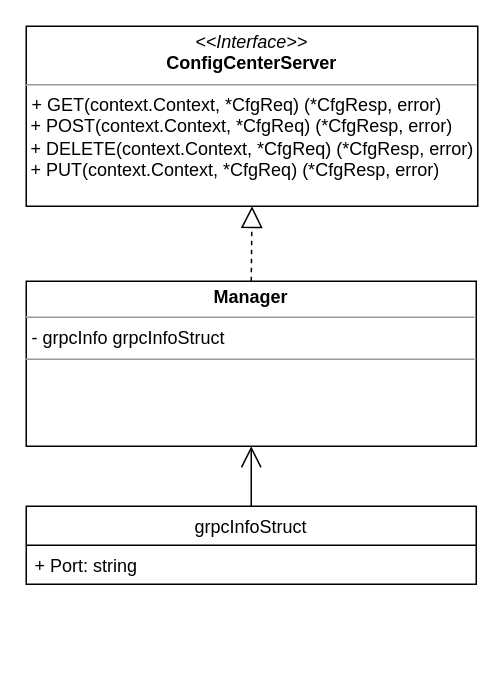
Before: page "处理模块" (2 of 18) of docs/details/drawiofiles/概设原始图.drawio in dalgorithm-bastar/configer, a draw.io diagram. Source tidied: cells renumbered, new cells numbered last; positions are measured from the earlier drawing's top-left corner, leaving out a move shared by most shapes. Both pictures are drawn from the tidied source at 150%, with x=0, y=0 at pixel (26, 26).
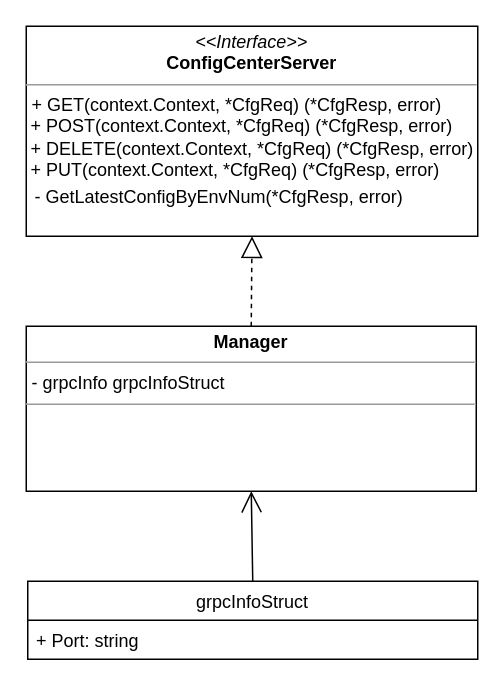
After the change.

Change to the diagram source:
```diff
@@
 <mxGraphModel>
   <root>
     <mxCell id="0" />
     <mxCell id="1" parent="0" />
     <mxCell id="2" value="&lt;p style=&quot;margin: 0px ; margin-top: 4px ; text-align: center&quot;&gt;&lt;i&gt;&amp;lt;&amp;lt;Interface&amp;gt;&amp;gt;&lt;/i&gt;&lt;br&gt;&lt;b&gt;ConfigCenterServer&lt;/b&gt;&lt;/p&gt;&lt;hr size=&quot;1&quot;&gt;&lt;p style=&quot;margin: 0px ; margin-left: 4px&quot;&gt;&lt;span style=&quot;background-color: rgb(255 , 255 , 255)&quot;&gt;+ GET(context.Context, *CfgReq) (*CfgResp, error)&lt;/span&gt;&lt;br&gt;&lt;/p&gt;&amp;nbsp;+ POS&lt;span style=&quot;background-color: rgb(255 , 255 , 255)&quot;&gt;T(context.Context, *CfgReq) (*CfgResp, error)&lt;/span&gt;&lt;br&gt;&amp;nbsp;+&amp;nbsp;&lt;span style=&quot;background-color: rgb(255 , 255 , 255)&quot;&gt;DELETE(context.Context, *CfgReq) (*CfgResp, error)&lt;/span&gt;&lt;br&gt;&amp;nbsp;+&amp;nbsp;&lt;span style=&quot;background-color: rgb(255 , 255 , 255)&quot;&gt;PUT(context.Context, *CfgReq) (*CfgResp, error)&lt;/span&gt;" style="verticalAlign=top;align=left;overflow=fill;fontSize=12;fontFamily=Helvetica;html=1;" parent="1" vertex="1">
-      <mxGeometry width="301" height="120" as="geometry" />
+      <mxGeometry width="301" height="140" as="geometry" />
     </mxCell>
     <mxCell id="3" value="&lt;p style=&quot;margin: 0px ; margin-top: 4px ; text-align: center&quot;&gt;&lt;b&gt;Manager&lt;/b&gt;&lt;/p&gt;&lt;hr size=&quot;1&quot;&gt;&lt;p style=&quot;margin: 0px ; margin-left: 4px&quot;&gt;- grpcInfo grpcInfoStruct&lt;/p&gt;&lt;hr size=&quot;1&quot;&gt;&lt;br&gt;&lt;p style=&quot;margin: 0px ; margin-left: 4px&quot;&gt;&lt;/p&gt;" style="verticalAlign=top;align=left;overflow=fill;fontSize=12;fontFamily=Helvetica;html=1;" parent="1" vertex="1">
-      <mxGeometry y="170" width="300" height="110" as="geometry" />
+      <mxGeometry y="200" width="300" height="110" as="geometry" />
     </mxCell>
     <mxCell id="4" style="endArrow=block;dashed=1;endFill=0;endSize=12;html=1;exitX=0.5;exitY=0;exitDx=0;exitDy=0;entryX=0.5;entryY=1;entryDx=0;entryDy=0;" parent="1" edge="1" source="3" target="2">
       <mxGeometry relative="1" as="geometry" />
     </mxCell>
     <mxCell id="5" value="grpcInfoStruct" style="swimlane;fontStyle=0;horizontal=1;startSize=26;fillColor=none;" parent="1" vertex="1">
-      <mxGeometry y="320" width="300" height="52" as="geometry" />
+      <mxGeometry x="1" y="370" width="300" height="52" as="geometry" />
     </mxCell>
     <mxCell id="6" value="+ Port: string" style="text;strokeColor=none;fillColor=none;align=left;verticalAlign=top;spacingLeft=4;spacingRight=4;overflow=hidden;" parent="5" vertex="1">
       <mxGeometry y="26" width="300" height="26" as="geometry" />
     </mxCell>
     <mxCell id="7" style="endArrow=open;endFill=1;endSize=12;html=1;entryX=0.5;entryY=1;entryDx=0;entryDy=0;exitX=0.5;exitY=0;exitDx=0;exitDy=0;" parent="1" edge="1" source="5" target="3">
       <mxGeometry relative="1" as="geometry" />
     </mxCell>
+    <mxCell id="8" value="- GetLatestConfigByEnvNum(*CfgResp, error)" style="text;strokeColor=none;fillColor=none;align=left;verticalAlign=top;spacingLeft=4;spacingRight=4;overflow=hidden;" parent="1" vertex="1">
+      <mxGeometry y="100" width="290" height="40" as="geometry" />
+    </mxCell>
   </root>
 </mxGraphModel>
```
